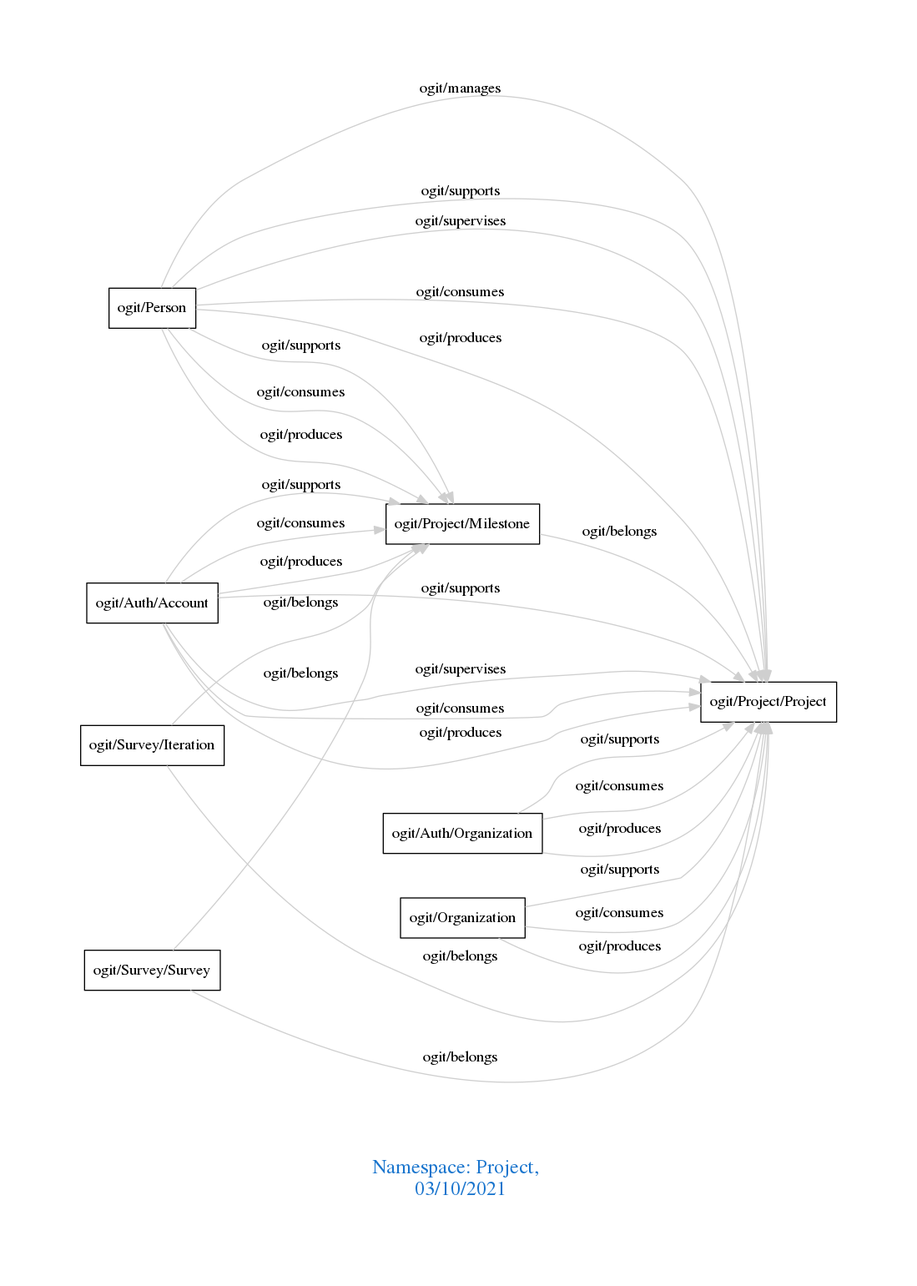
The Graphviz diagram downloads/Project.png in arago/OGIT, before a commit. Its source is kept beside it as downloads/Project.dot.
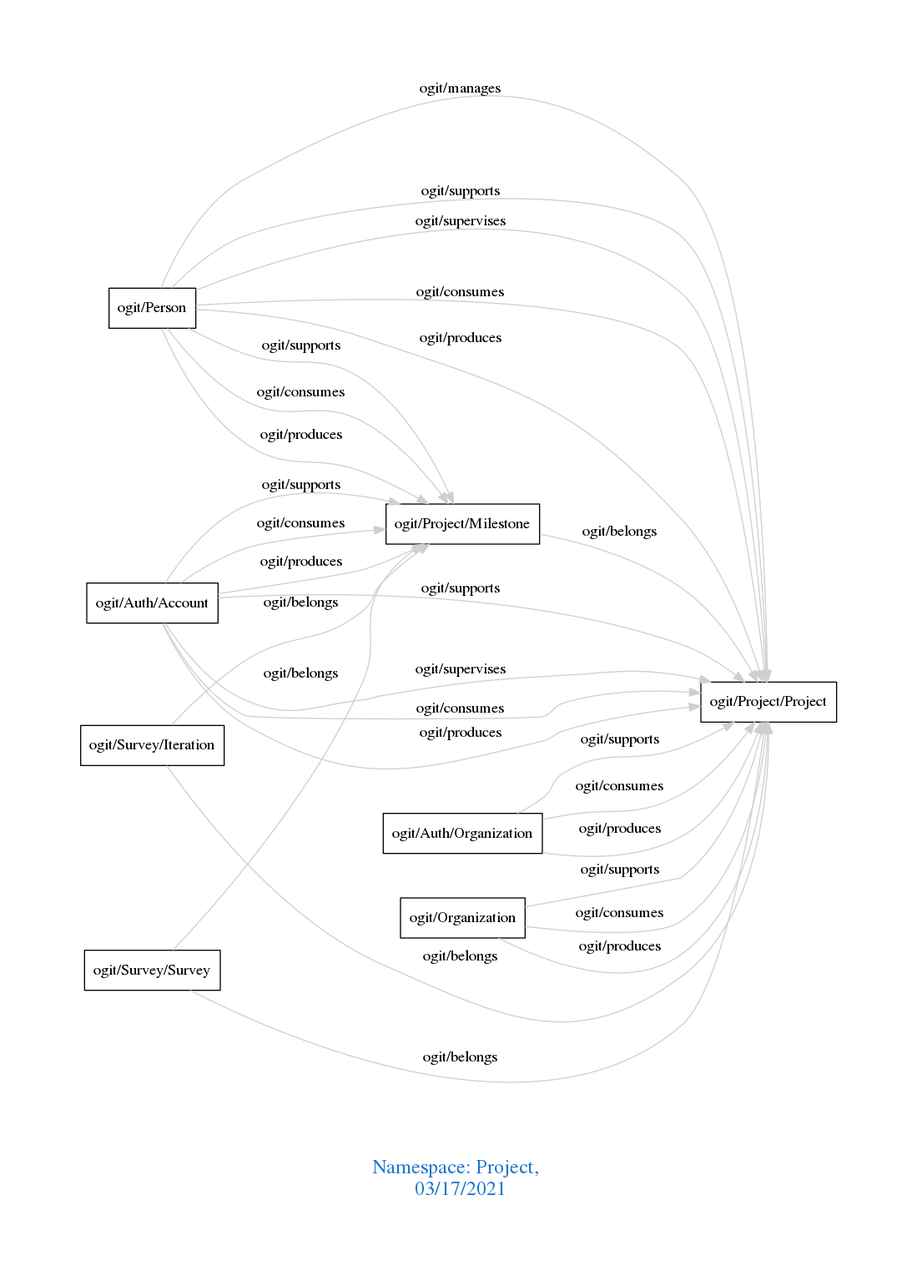
After the change.

Diff of the diagram source:
```diff
@@ -1,7 +1,7 @@
 digraph OGIT_ontology {
  graph [ rankdir= LR,pad=1
 fontsize = 18,
-fontcolor= dodgerblue3,label = "\n\n\nNamespace: Project, \n 03/10/2021"];
+fontcolor= dodgerblue3,label = "\n\n\nNamespace: Project, \n 03/17/2021"];
 node[shape=polygon];
 edge [  color="gray81"];
 
```
